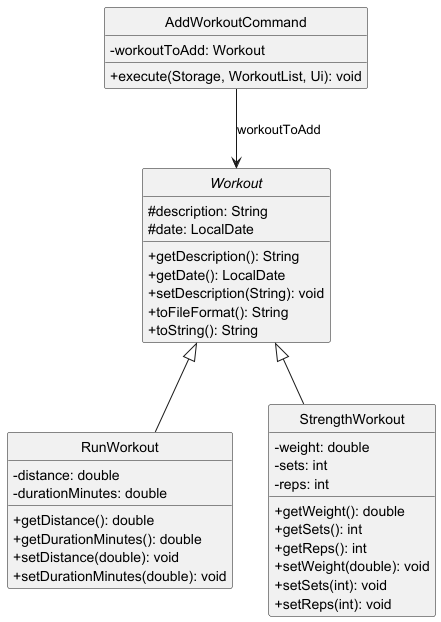
The PlantUML diagram docs/images/AddWorkoutClassDiagram.png in Daniel-czj/tp, before a commit.
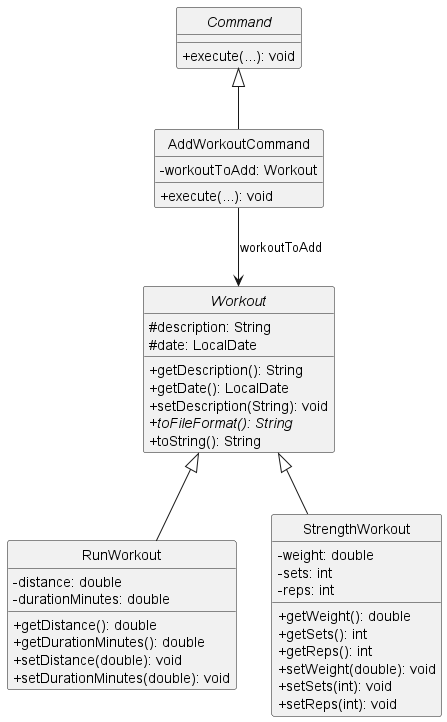
Above is the later version.

Diff of the diagram source:
```diff
@@ -1,6 +1,10 @@
 @startuml
 hide circle
 skinparam classAttributeIconSize 0
+
+abstract class Command {
+    + execute(...): void
+}
 
 abstract class Workout {
     # description: String
@@ -8,7 +12,7 @@
     + getDescription(): String
     + getDate(): LocalDate
     + setDescription(String): void
-    + toFileFormat(): String
+    + {abstract} toFileFormat(): String
     + toString(): String
 }
 
@@ -35,9 +39,10 @@
 
 class AddWorkoutCommand {
     - workoutToAdd: Workout
-    + execute(Storage, WorkoutList, Ui): void
+    + execute(...): void
 }
 
+Command <|-- AddWorkoutCommand
 Workout <|-- RunWorkout
 Workout <|-- StrengthWorkout
 AddWorkoutCommand --> Workout : workoutToAdd
```
